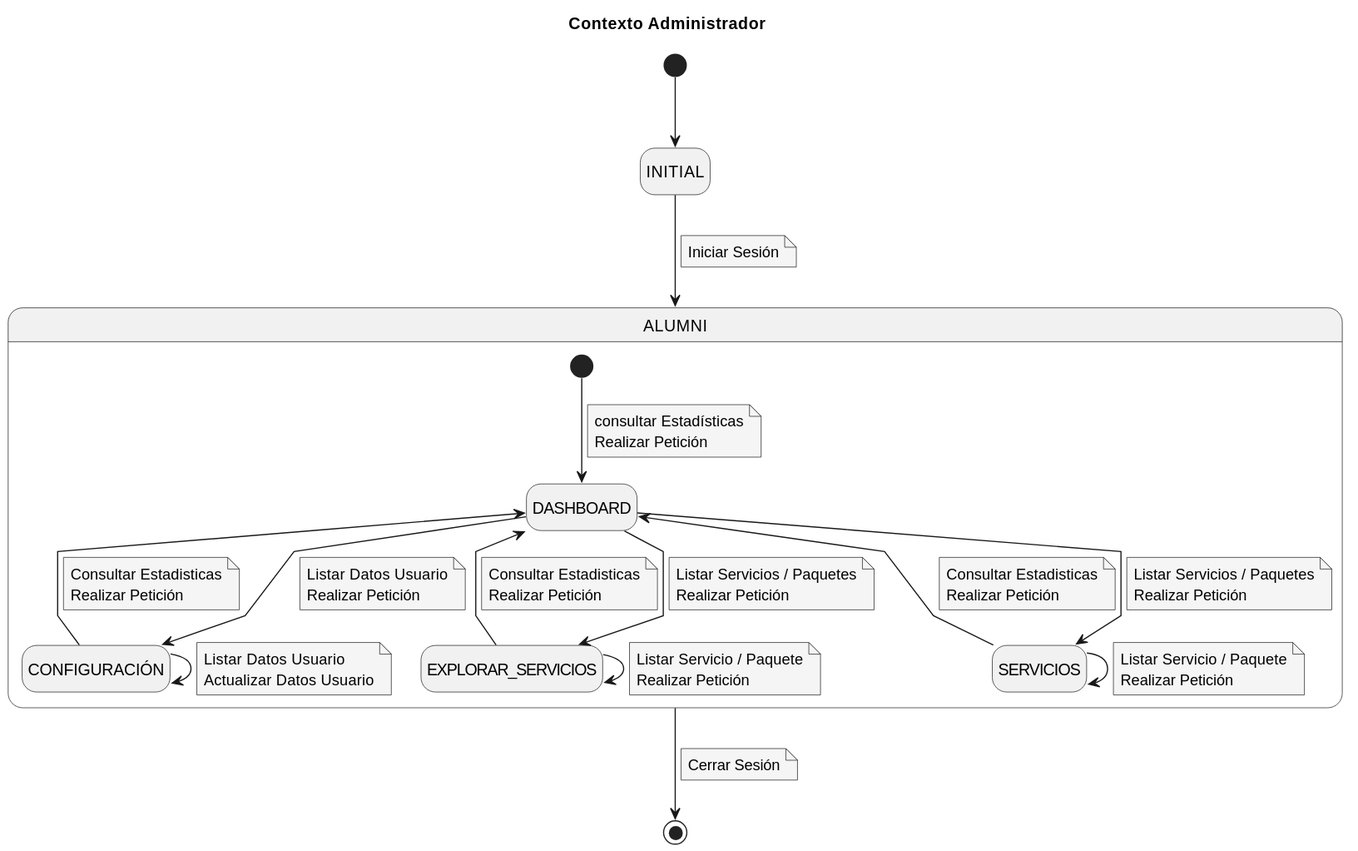
Above: Caso_de_Uso/Contexto/Administrador/Interaccion/Contexto.svg in mmasias/23-24-IdSw1-SDR (PlantUML), before the change.
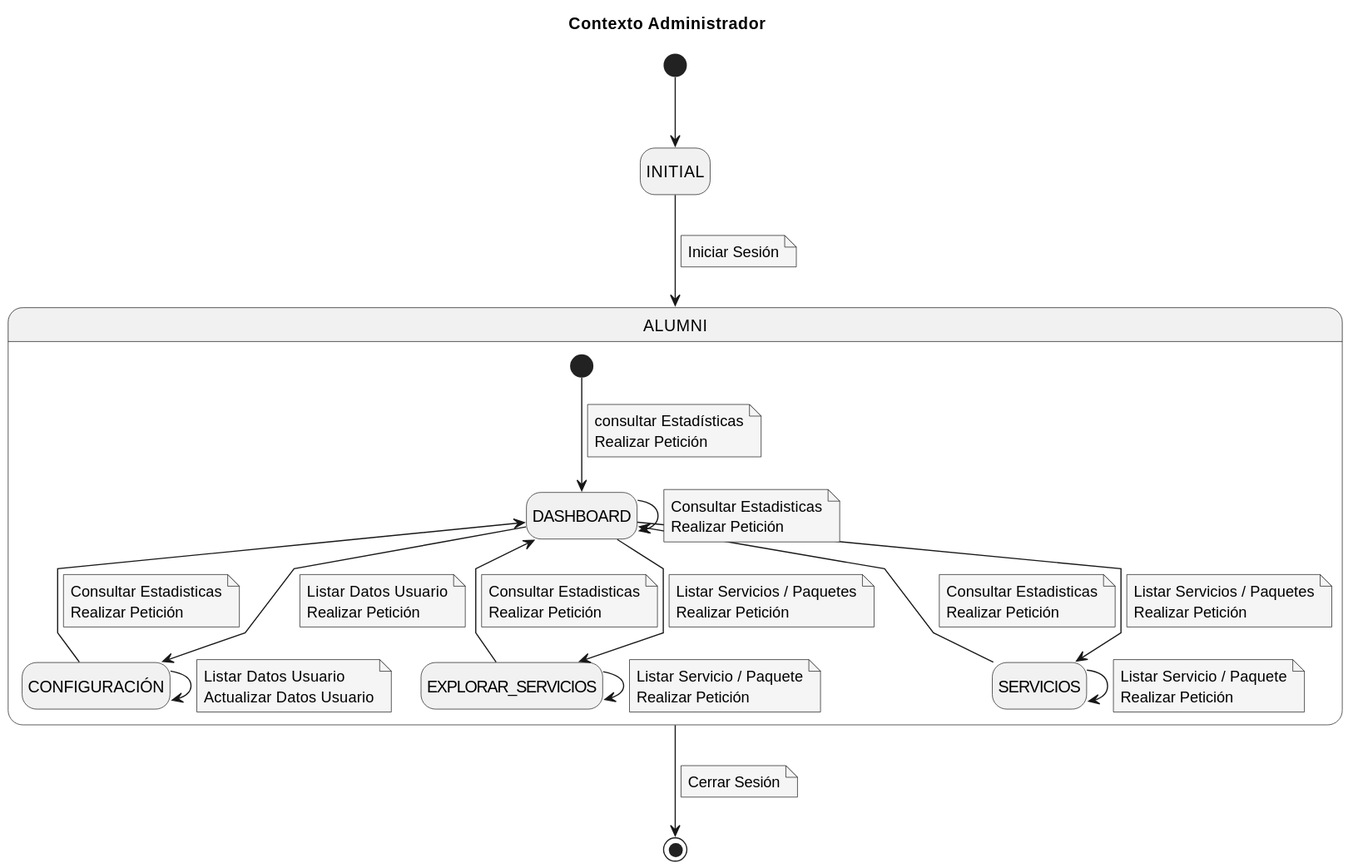
The same diagram one commit later.

The edit, as a diff of the source:
```diff
@@ -58,6 +58,12 @@
     Realizar Petición
     end note
 
+    DASHBOARD --> DASHBOARD
+    note on link
+    Consultar Estadisticas
+    Realizar Petición
+    end note
+
     CONFIGURACIÓN --> CONFIGURACIÓN
     note on link
     Listar Datos Usuario
```
